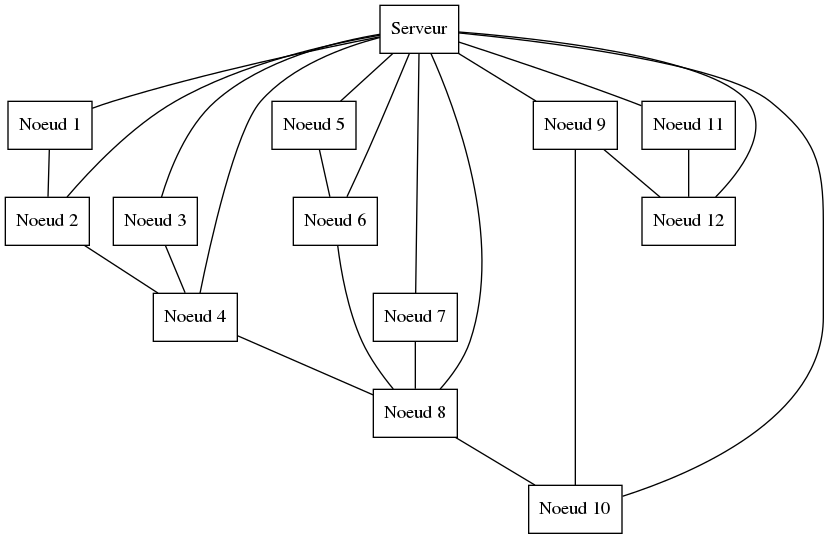
Above: cours/11-graphes/assets/014-reseau.png in loic-yvonnet/algo-appliquee (Graphviz), before the change. Its source is kept beside it as cours/11-graphes/graphviz/014-reseau.dot.
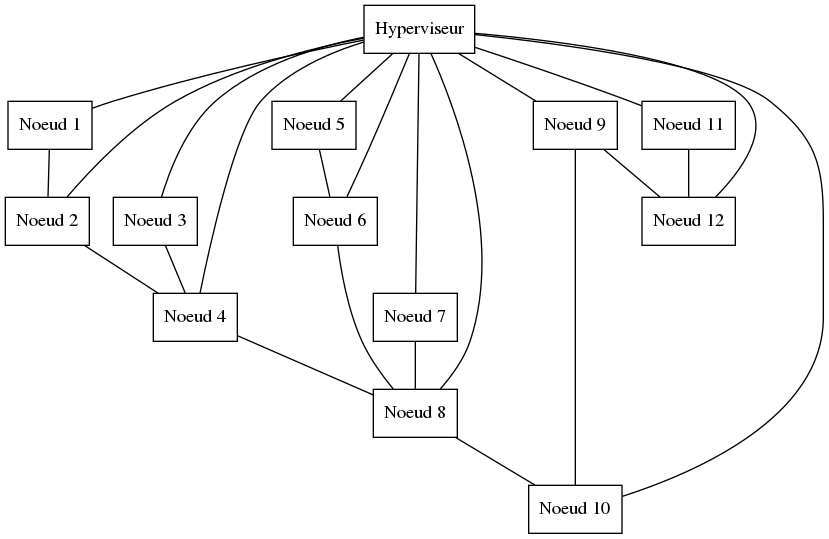
After the commit.

The edit, as a diff of the source:
```diff
@@ -2,7 +2,7 @@
     bgcolor="transparent";
 
     /* Entities */
-    Serveur [label="Serveur", shape="rectangle"];
+    Hyperviseur [label="Hyperviseur", shape="rectangle"];
     C1 [label="Noeud 1", shape="rectangle"];
     C2 [label="Noeud 2", shape="rectangle"];
     C3 [label="Noeud 3", shape="rectangle"];
@@ -17,18 +17,18 @@
     C12 [label="Noeud 12", shape="rectangle"];
 
     /* Relationships */
-    Serveur -- C1
-    Serveur -- C2
-    Serveur -- C3
-    Serveur -- C4
-    Serveur -- C5
-    Serveur -- C6
-    Serveur -- C7
-    Serveur -- C8
-    Serveur -- C9
-    Serveur -- C10
-    Serveur -- C11
-    Serveur -- C12
+    Hyperviseur -- C1
+    Hyperviseur -- C2
+    Hyperviseur -- C3
+    Hyperviseur -- C4
+    Hyperviseur -- C5
+    Hyperviseur -- C6
+    Hyperviseur -- C7
+    Hyperviseur -- C8
+    Hyperviseur -- C9
+    Hyperviseur -- C10
+    Hyperviseur -- C11
+    Hyperviseur -- C12
 
     C1 -- C2
     C2 -- C4
```
